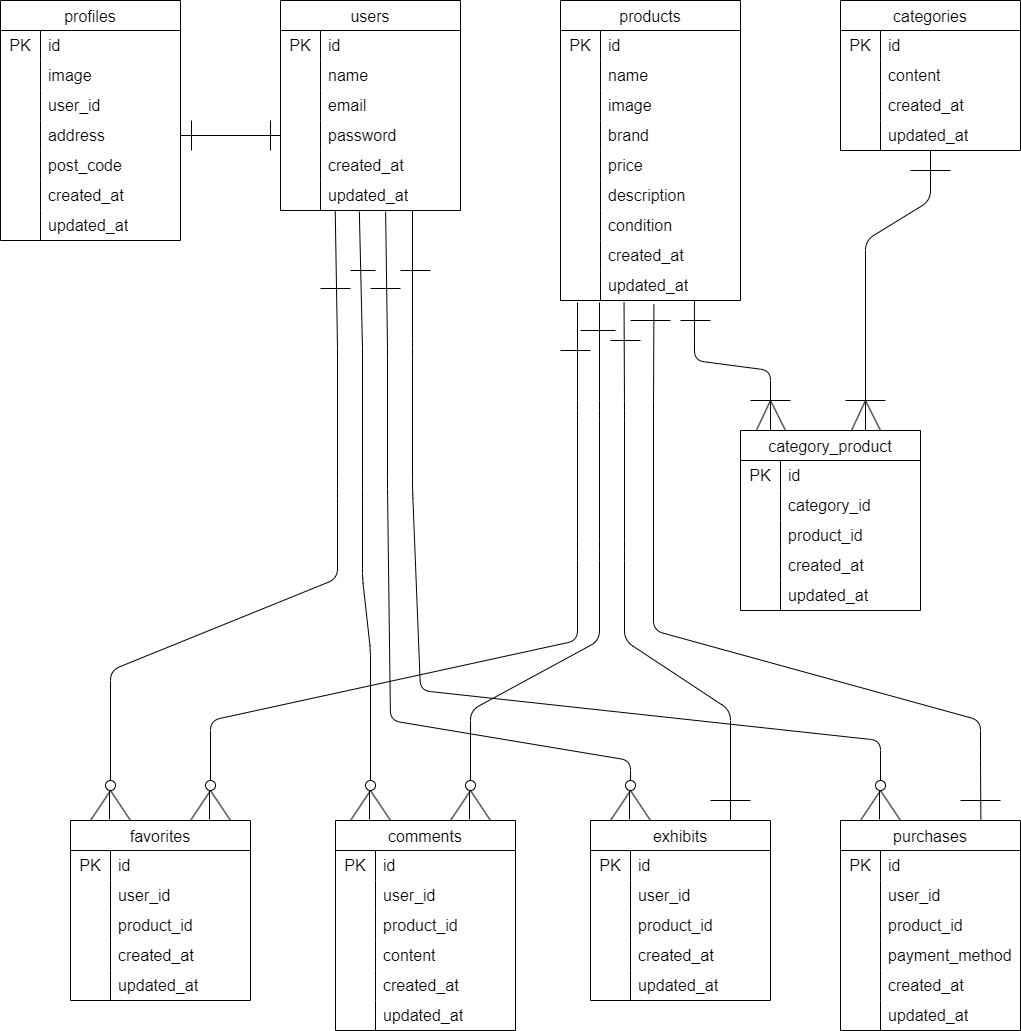
yuuzaki2000/freema keeps this draw.io diagram as others/er.drawio.png. Above is the earlier version. Source tidied: cells renumbered, new cells last; positions are measured from the earlier drawing's top-left corner, leaving out a move shared by most shapes.
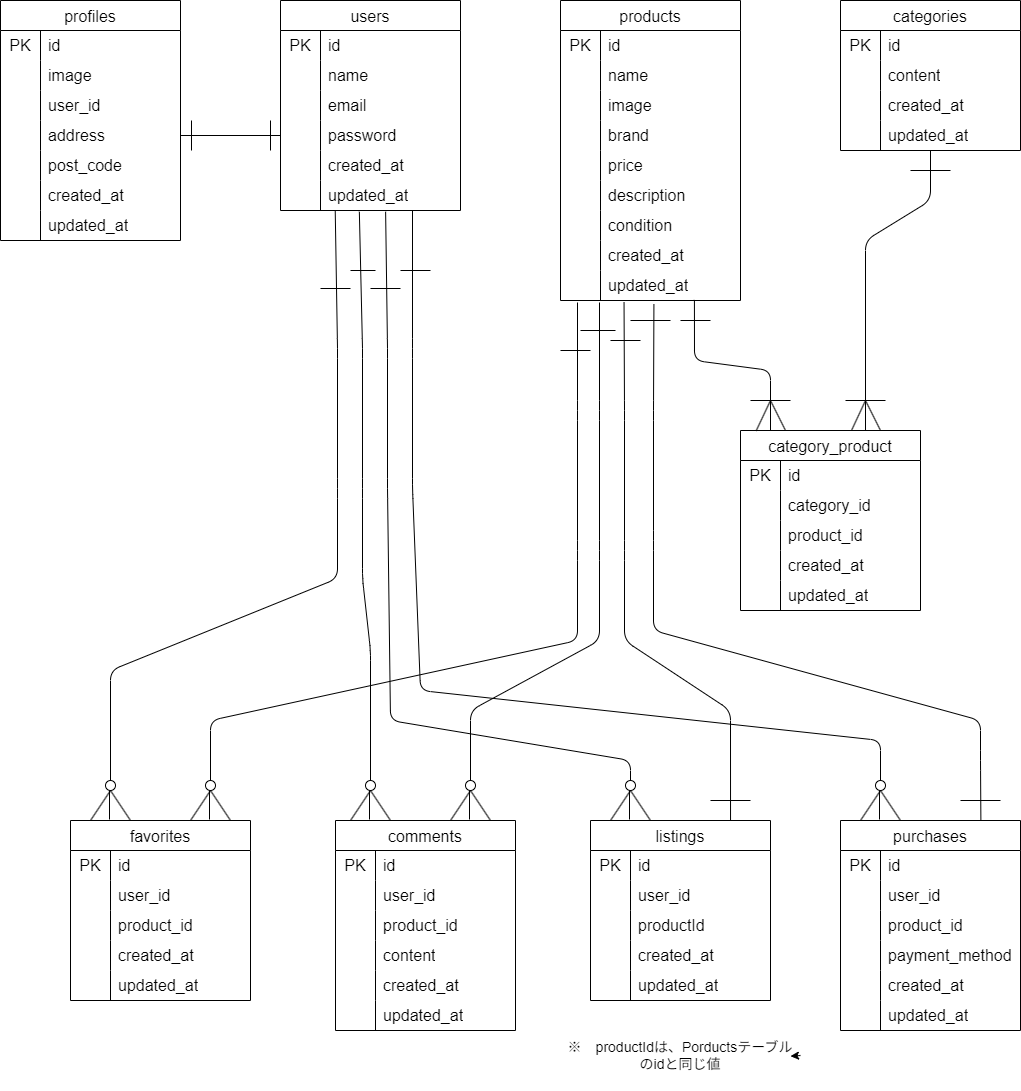
After the commit.

What changed in the source:
```diff
@@ -486,7 +486,7 @@
     <mxCell id="147" value="updated_at" style="shape=partialRectangle;html=1;whiteSpace=wrap;fillColor=none;top=0;left=0;bottom=0;right=0;align=left;spacingLeft=6;overflow=hidden;strokeColor=inherit;fontSize=16;" parent="145" vertex="1">
       <mxGeometry x="40" width="140" height="30" as="geometry" />
     </mxCell>
-    <mxCell id="148" value="exhibits" style="shape=table;startSize=30;rowLines=0;fontStyle=0;strokeColor=default;fontSize=16;" parent="1" vertex="1">
+    <mxCell id="148" value="listings" style="shape=table;startSize=30;rowLines=0;fontStyle=0;strokeColor=default;fontSize=16;" parent="1" vertex="1">
       <mxGeometry x="590" y="820" width="180" height="180" as="geometry" />
     </mxCell>
     <mxCell id="149" style="shape=tableRow;horizontal=0;startSize=0;swimlaneHead=0;swimlaneBody=0;top=0;left=0;bottom=0;right=0;fillColor=none;strokeColor=inherit;fontSize=16;" parent="148" vertex="1">
@@ -513,7 +513,7 @@
     <mxCell id="156" style="shape=partialRectangle;html=1;whiteSpace=wrap;fillColor=none;top=0;left=0;bottom=0;right=0;overflow=hidden;strokeColor=inherit;fontSize=16;" parent="155" vertex="1">
       <mxGeometry width="40" height="30" as="geometry" />
     </mxCell>
-    <mxCell id="157" value="product_id" style="shape=partialRectangle;html=1;whiteSpace=wrap;fillColor=none;top=0;left=0;bottom=0;right=0;align=left;spacingLeft=6;overflow=hidden;strokeColor=inherit;fontSize=16;" parent="155" vertex="1">
+    <mxCell id="157" value="productId" style="shape=partialRectangle;html=1;whiteSpace=wrap;fillColor=none;top=0;left=0;bottom=0;right=0;align=left;spacingLeft=6;overflow=hidden;strokeColor=inherit;fontSize=16;" parent="155" vertex="1">
       <mxGeometry x="40" width="140" height="30" as="geometry" />
     </mxCell>
     <mxCell id="158" style="shape=tableRow;horizontal=0;startSize=0;swimlaneHead=0;swimlaneBody=0;top=0;left=0;bottom=0;right=0;fillColor=none;strokeColor=inherit;fontSize=16;" parent="148" vertex="1">
@@ -862,5 +862,13 @@
         <mxPoint x="885" y="400" as="targetPoint" />
       </mxGeometry>
     </mxCell>
+    <mxCell id="227" style="edgeStyle=none;html=1;exitX=1;exitY=0.5;exitDx=0;exitDy=0;" parent="1" edge="1" source="228">
+      <mxGeometry relative="1" as="geometry">
+        <mxPoint x="790" y="1055.7" as="targetPoint" />
+      </mxGeometry>
+    </mxCell>
+    <mxCell id="228" value="&lt;font style=&quot;font-size: 14px;&quot;&gt;※　productIdは、Porductsテーブルのidと同じ値&lt;/font&gt;" style="text;html=1;align=center;verticalAlign=middle;whiteSpace=wrap;rounded=0;" parent="1" vertex="1">
+      <mxGeometry x="560" y="1020" width="240" height="70" as="geometry" />
+    </mxCell>
   </root>
 </mxGraphModel>
```
